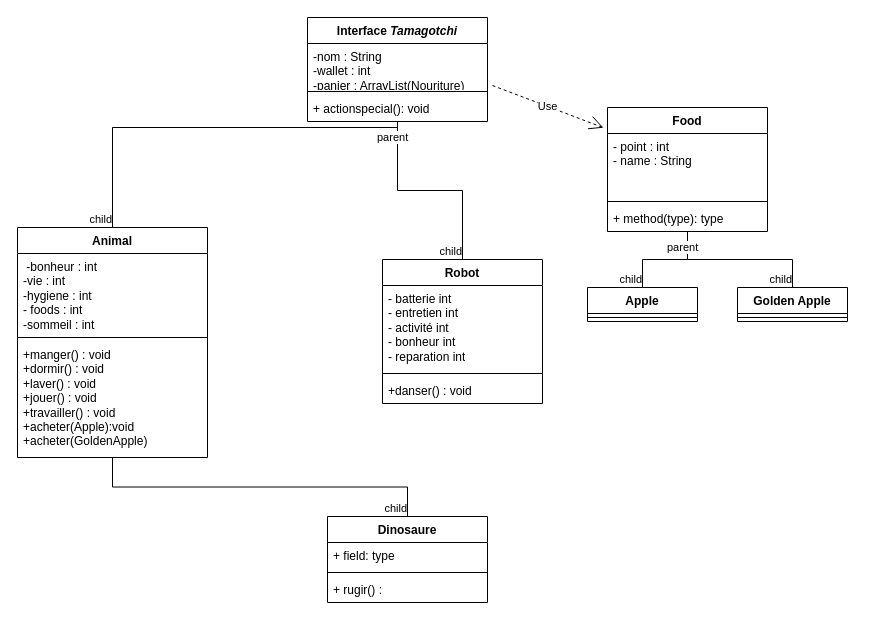
Earlier version of the draw.io diagram page "Page-2" (2 of 2) of Diagram.drawio (BMaurice56/Tamagotchi). Source tidied: cells renumbered, new cells numbered last; positions are measured from the earlier drawing's top-left corner, leaving out a move shared by most shapes. Both pictures are drawn from the tidied source at 100%, with x=0, y=0 at pixel (17, 17).
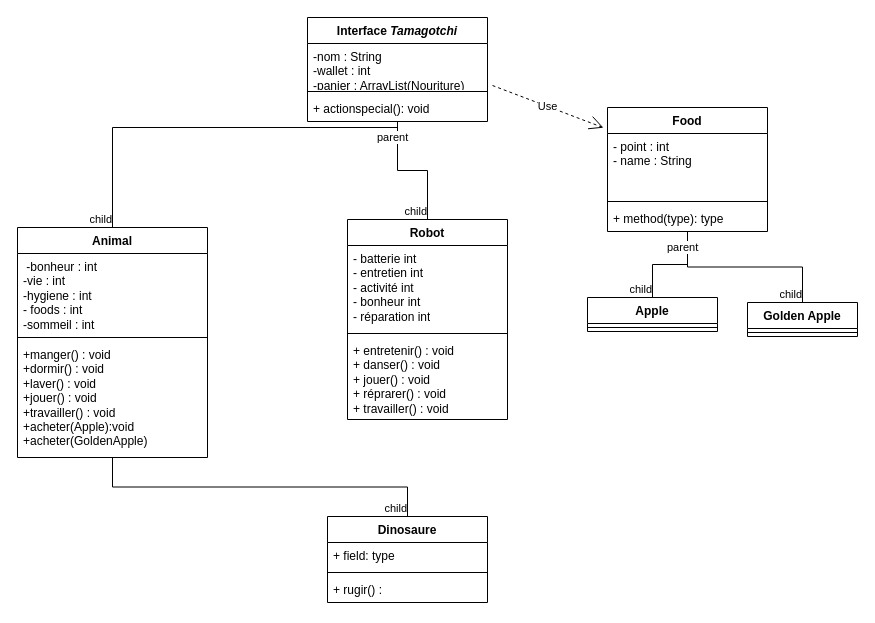
The same diagram, later.

Diff of the diagram source:
```diff
@@
     <mxCell id="10" value="Robot" style="swimlane;fontStyle=1;align=center;verticalAlign=top;horizontal=1;startSize=26;whiteSpace=wrap;html=1;" parent="1" vertex="1">
-      <mxGeometry x="365" y="242" width="160" height="144" as="geometry" />
+      <mxGeometry x="330" y="202" width="160" height="200" as="geometry" />
     </mxCell>
-    <mxCell id="11" value="- batterie int&lt;br&gt;- entretien int&lt;br&gt;- activité int&lt;br&gt;- bonheur int&lt;br&gt;- reparation int" style="text;strokeColor=none;fillColor=none;align=left;verticalAlign=top;spacingLeft=4;spacingRight=4;overflow=hidden;whiteSpace=wrap;html=1;" parent="10" vertex="1">
+    <mxCell id="11" value="- batterie int&lt;br&gt;- entretien int&lt;br&gt;- activité int&lt;br&gt;- bonheur int&lt;br&gt;- réparation int" style="text;strokeColor=none;fillColor=none;align=left;verticalAlign=top;spacingLeft=4;spacingRight=4;overflow=hidden;whiteSpace=wrap;html=1;" parent="10" vertex="1">
       <mxGeometry y="26" width="160" height="84" as="geometry" />
     </mxCell>
@@
-    <mxCell id="13" value="+danser() : void" style="text;strokeColor=none;fillColor=none;align=left;verticalAlign=top;spacingLeft=4;spacingRight=4;overflow=hidden;whiteSpace=wrap;html=1;" parent="10" vertex="1">
-      <mxGeometry y="118" width="160" height="26" as="geometry" />
+    <mxCell id="13" value="+ entretenir() : void&lt;br&gt;+ danser() : void&lt;br&gt;+ jouer() : void&lt;br&gt;+ réprarer() : void&lt;br&gt;+ travailler() : void" style="text;strokeColor=none;fillColor=none;align=left;verticalAlign=top;spacingLeft=4;spacingRight=4;overflow=hidden;whiteSpace=wrap;html=1;" parent="10" vertex="1">
+      <mxGeometry y="118" width="160" height="82" as="geometry" />
     </mxCell>
@@
     <mxCell id="30" value="Apple" style="swimlane;fontStyle=1;align=center;verticalAlign=top;horizontal=1;startSize=26;whiteSpace=wrap;html=1;" parent="1" vertex="1">
-      <mxGeometry x="570" y="270" width="110" height="34" as="geometry" />
+      <mxGeometry x="570" y="280" width="130" height="34" as="geometry" />
     </mxCell>
     <mxCell id="31" style="line;strokeWidth=1;fillColor=none;align=left;verticalAlign=middle;spacingTop=-1;spacingLeft=3;spacingRight=3;labelPosition=right;strokeColor=inherit;" parent="30" vertex="1">
-      <mxGeometry y="26" width="110" height="8" as="geometry" />
+      <mxGeometry y="26" width="130" height="8" as="geometry" />
     </mxCell>
     <mxCell id="32" value="Golden Apple" style="swimlane;fontStyle=1;align=center;verticalAlign=top;horizontal=1;startSize=26;whiteSpace=wrap;html=1;" parent="1" vertex="1">
-      <mxGeometry x="720" y="270" width="110" height="34" as="geometry" />
+      <mxGeometry x="730" y="285" width="110" height="34" as="geometry" />
     </mxCell>
```
